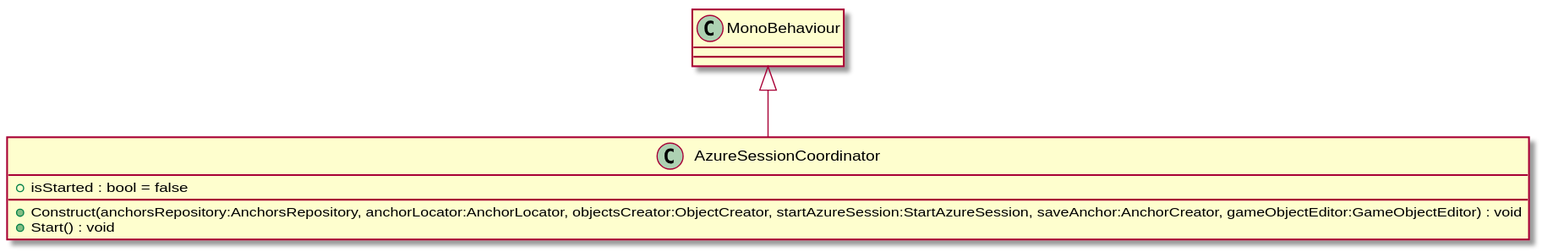
Before: UML/Assets/Scripts/AzureSessionCoordinator.svg, a diagram exported from PlantUML (DeNatur/ProductionFloorVisualization).
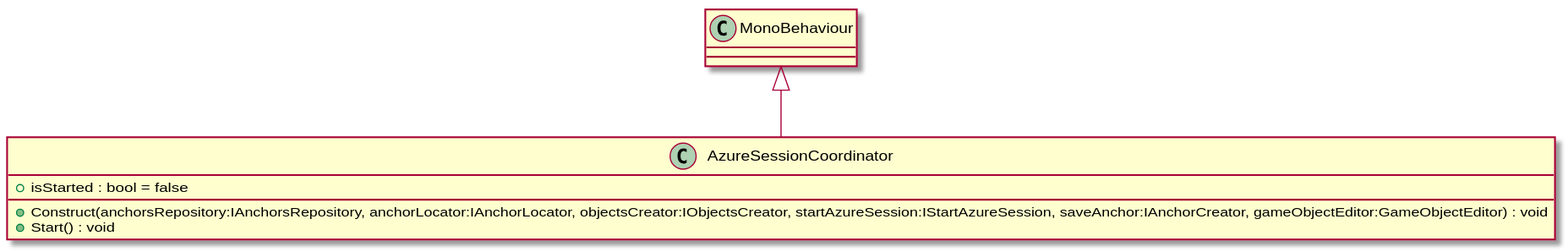
After the commit.

What changed in the source:
```diff
@@ -1,7 +1,7 @@
 @startuml
 class AzureSessionCoordinator {
     + isStarted : bool = false
-    + Construct(anchorsRepository:AnchorsRepository, anchorLocator:AnchorLocator, objectsCreator:ObjectCreator, startAzureSession:StartAzureSession, saveAnchor:AnchorCreator, gameObjectEditor:GameObjectEditor) : void
+    + Construct(anchorsRepository:IAnchorsRepository, anchorLocator:IAnchorLocator, objectsCreator:IObjectsCreator, startAzureSession:IStartAzureSession, saveAnchor:IAnchorCreator, gameObjectEditor:GameObjectEditor) : void
     + Start() : void
 }
 MonoBehaviour <|-- AzureSessionCoordinator
```
